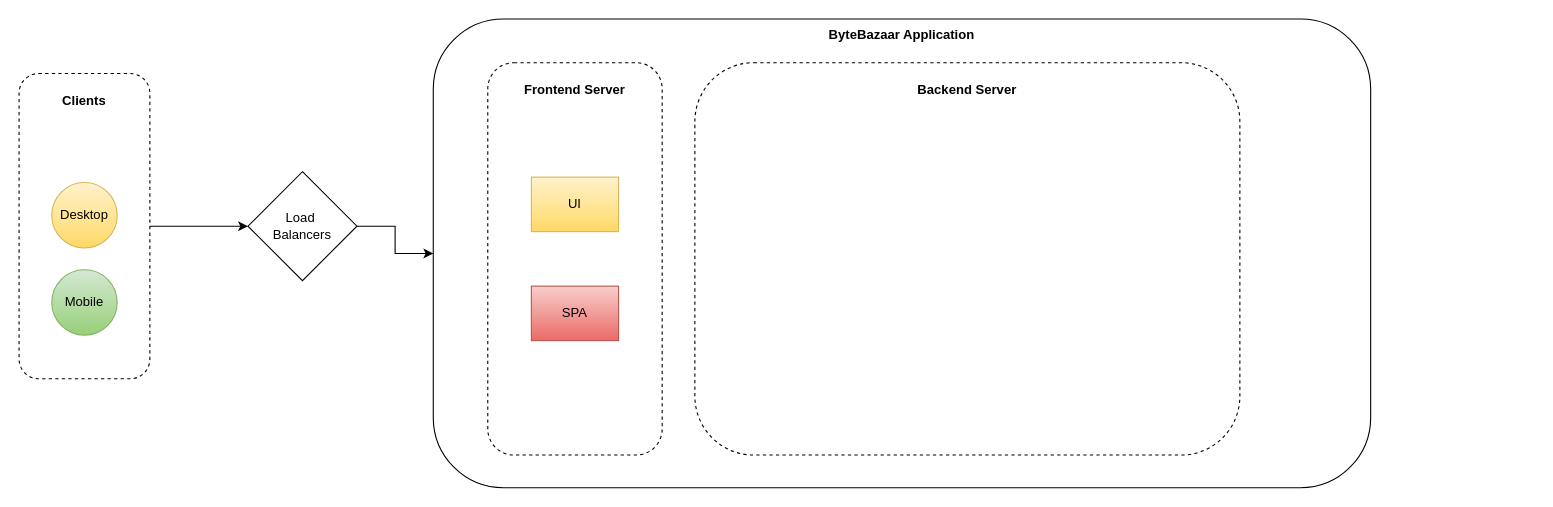
MuhammadHaris00/Diagrams keeps this draw.io diagram as design models.drawio. Above is the earlier version. Source tidied: cells renumbered, new cells numbered last; positions are measured from the earlier drawing's top-left corner, leaving out a move shared by most shapes. Both pictures are drawn from the tidied source at 109%, with x=0, y=0 at pixel (19, 19).
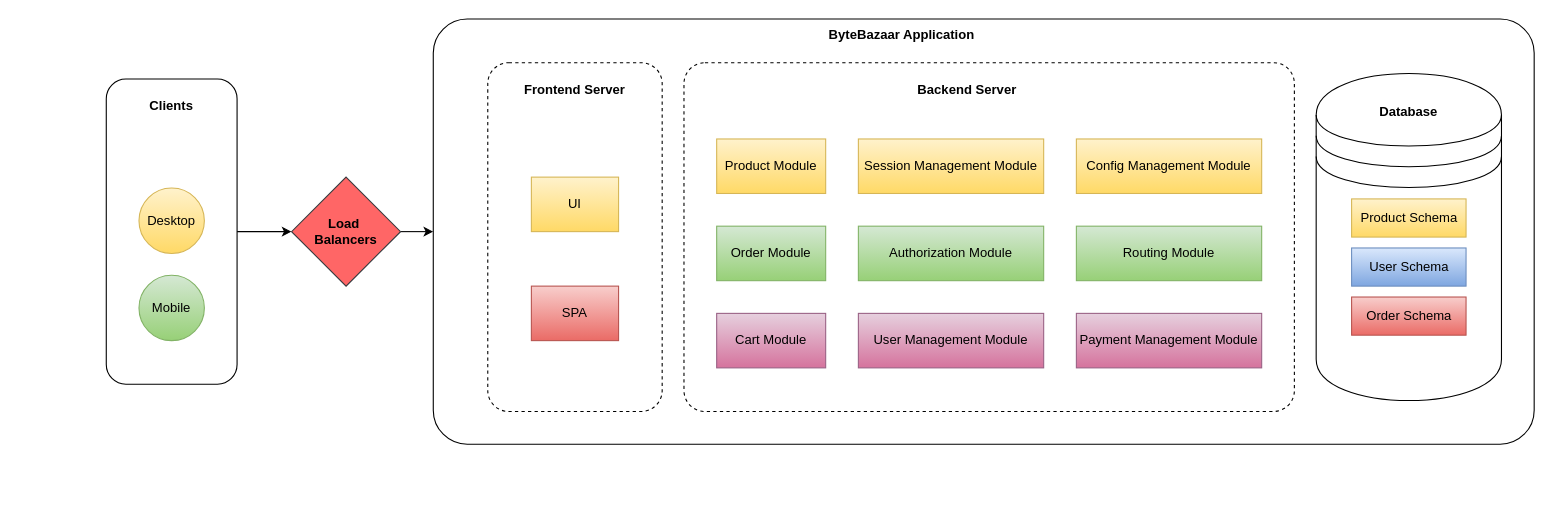
After the change.

Change to the diagram source:
```diff
@@
+    <mxCell id="9" style="rounded=1;whiteSpace=wrap;html=1;arcSize=8;" parent="1" vertex="1">
+      <mxGeometry x="380" width="1010" height="390" as="geometry" />
+    </mxCell>
+    <mxCell id="17" style="shape=datastore;whiteSpace=wrap;html=1;" parent="1" vertex="1">
+      <mxGeometry x="1190" y="50" width="170" height="300" as="geometry" />
+    </mxCell>
@@
-    <mxCell id="3" style="rounded=1;whiteSpace=wrap;html=1;align=center;dashed=1;gradientColor=none;" parent="1" vertex="1">
-      <mxGeometry y="50" width="120" height="280" as="geometry" />
+    <mxCell id="3" style="rounded=1;whiteSpace=wrap;html=1;align=center;gradientColor=none;" parent="1" vertex="1">
+      <mxGeometry x="80" y="55" width="120" height="280" as="geometry" />
     </mxCell>
     <mxCell id="4" value="Desktop" style="ellipse;whiteSpace=wrap;html=1;fillColor=#fff2cc;gradientColor=#ffd966;strokeColor=#d6b656;" parent="1" vertex="1">
-      <mxGeometry x="30" y="150" width="60" height="60" as="geometry" />
+      <mxGeometry x="110" y="155" width="60" height="60" as="geometry" />
     </mxCell>
     <mxCell id="5" value="Mobile" style="ellipse;whiteSpace=wrap;html=1;fillColor=#d5e8d4;gradientColor=#97d077;strokeColor=#82b366;" parent="1" vertex="1">
-      <mxGeometry x="30" y="230" width="60" height="60" as="geometry" />
+      <mxGeometry x="110" y="235" width="60" height="60" as="geometry" />
     </mxCell>
     <mxCell id="6" value="&lt;b&gt;Clients&lt;/b&gt;" style="text;html=1;align=center;verticalAlign=middle;whiteSpace=wrap;rounded=0;" parent="1" vertex="1">
-      <mxGeometry x="30" y="60" width="60" height="30" as="geometry" />
+      <mxGeometry x="110" y="65" width="60" height="30" as="geometry" />
     </mxCell>
@@
-    <mxCell id="8" value="Load&amp;nbsp;&lt;div&gt;Balancers&lt;/div&gt;" style="rhombus;whiteSpace=wrap;html=1;" parent="1" vertex="1">
-      <mxGeometry x="210" y="140" width="100" height="100" as="geometry" />
+    <mxCell id="8" value="&lt;b&gt;Load&amp;nbsp;&lt;/b&gt;&lt;div&gt;&lt;b&gt;Balancers&lt;/b&gt;&lt;/div&gt;" style="rhombus;whiteSpace=wrap;html=1;fillColor=#FF6666;strokeColor=#36393d;" parent="1" vertex="1">
+      <mxGeometry x="250" y="145" width="100" height="100" as="geometry" />
     </mxCell>
-    <mxCell id="9" style="rounded=1;whiteSpace=wrap;html=1;" parent="1" vertex="1">
-      <mxGeometry x="380" width="860" height="430" as="geometry" />
-    </mxCell>
@@
-    <mxCell id="11" style="rounded=1;whiteSpace=wrap;html=1;dashed=1;" parent="1" vertex="1">
-      <mxGeometry x="430" y="40" width="160" height="360" as="geometry" />
+    <mxCell id="11" style="rounded=1;whiteSpace=wrap;html=1;dashed=1;arcSize=12;" parent="1" vertex="1">
+      <mxGeometry x="430" y="40" width="160" height="320" as="geometry" />
     </mxCell>
@@
-    <mxCell id="15" style="rounded=1;whiteSpace=wrap;html=1;dashed=1;" parent="1" vertex="1">
-      <mxGeometry x="620" y="40" width="500" height="360" as="geometry" />
+    <mxCell id="15" style="rounded=1;whiteSpace=wrap;html=1;dashed=1;arcSize=6;" parent="1" vertex="1">
+      <mxGeometry x="610" y="40" width="560" height="320" as="geometry" />
     </mxCell>
-    <mxCell id="16" value="&lt;b&gt;Backend Server&lt;/b&gt;" style="text;html=1;align=center;verticalAlign=middle;whiteSpace=wrap;rounded=0;" parent="1" vertex="1">
+    <mxCell id="16" value="&lt;b&gt;Backend Server&lt;/b&gt;" style="text;html=1;align=center;verticalAlign=middle;whiteSpace=wrap;rounded=0;arcSize=6;" parent="1" vertex="1">
       <mxGeometry x="790" y="50" width="160" height="30" as="geometry" />
     </mxCell>
+    <mxCell id="18" value="Product Module" style="rounded=0;whiteSpace=wrap;html=1;fillColor=#fff2cc;gradientColor=#ffd966;strokeColor=#d6b656;" parent="1" vertex="1">
+      <mxGeometry x="640" y="110" width="100" height="50" as="geometry" />
+    </mxCell>
+    <mxCell id="19" value="Order Module" style="rounded=0;whiteSpace=wrap;html=1;fillColor=#d5e8d4;gradientColor=#97d077;strokeColor=#82b366;" parent="1" vertex="1">
+      <mxGeometry x="640" y="190" width="100" height="50" as="geometry" />
+    </mxCell>
+    <mxCell id="20" value="Cart Module" style="rounded=0;whiteSpace=wrap;html=1;fillColor=#e6d0de;gradientColor=#d5739d;strokeColor=#996185;" parent="1" vertex="1">
+      <mxGeometry x="640" y="270" width="100" height="50" as="geometry" />
+    </mxCell>
+    <mxCell id="21" value="Payment Management Module" style="rounded=0;whiteSpace=wrap;html=1;fillColor=#e6d0de;gradientColor=#d5739d;strokeColor=#996185;" parent="1" vertex="1">
+      <mxGeometry x="970" y="270" width="170" height="50" as="geometry" />
+    </mxCell>
+    <mxCell id="22" value="Session Management Module" style="rounded=0;whiteSpace=wrap;html=1;fillColor=#fff2cc;gradientColor=#ffd966;strokeColor=#d6b656;" parent="1" vertex="1">
+      <mxGeometry x="770" y="110" width="170" height="50" as="geometry" />
+    </mxCell>
+    <mxCell id="23" value="Authorization Module" style="rounded=0;whiteSpace=wrap;html=1;fillColor=#d5e8d4;gradientColor=#97d077;strokeColor=#82b366;" parent="1" vertex="1">
+      <mxGeometry x="770" y="190" width="170" height="50" as="geometry" />
+    </mxCell>
+    <mxCell id="24" value="User Management Module" style="rounded=0;whiteSpace=wrap;html=1;fillColor=#e6d0de;gradientColor=#d5739d;strokeColor=#996185;" parent="1" vertex="1">
+      <mxGeometry x="770" y="270" width="170" height="50" as="geometry" />
+    </mxCell>
+    <mxCell id="25" value="Routing Module" style="rounded=0;whiteSpace=wrap;html=1;fillColor=#d5e8d4;gradientColor=#97d077;strokeColor=#82b366;" parent="1" vertex="1">
+      <mxGeometry x="970" y="190" width="170" height="50" as="geometry" />
+    </mxCell>
+    <mxCell id="26" value="Config Management Module" style="rounded=0;whiteSpace=wrap;html=1;fillColor=#fff2cc;gradientColor=#ffd966;strokeColor=#d6b656;" parent="1" vertex="1">
+      <mxGeometry x="970" y="110" width="170" height="50" as="geometry" />
+    </mxCell>
+    <mxCell id="27" value="&lt;b&gt;Database&lt;/b&gt;" style="text;html=1;align=center;verticalAlign=middle;whiteSpace=wrap;rounded=0;" parent="1" vertex="1">
+      <mxGeometry x="1195" y="70" width="160" height="30" as="geometry" />
+    </mxCell>
+    <mxCell id="28" value="Product Schema" style="rounded=0;whiteSpace=wrap;html=1;fillColor=#fff2cc;gradientColor=#ffd966;strokeColor=#d6b656;" parent="1" vertex="1">
+      <mxGeometry x="1222.5" y="165" width="105" height="35" as="geometry" />
+    </mxCell>
+    <mxCell id="29" value="User Schema" style="rounded=0;whiteSpace=wrap;html=1;fillColor=#dae8fc;gradientColor=#7ea6e0;strokeColor=#6c8ebf;" parent="1" vertex="1">
+      <mxGeometry x="1222.5" y="210" width="105" height="35" as="geometry" />
+    </mxCell>
+    <mxCell id="30" value="Order Schema" style="rounded=0;whiteSpace=wrap;html=1;fillColor=#f8cecc;gradientColor=#ea6b66;strokeColor=#b85450;" parent="1" vertex="1">
+      <mxGeometry x="1222.5" y="255" width="105" height="35" as="geometry" />
+    </mxCell>
```
